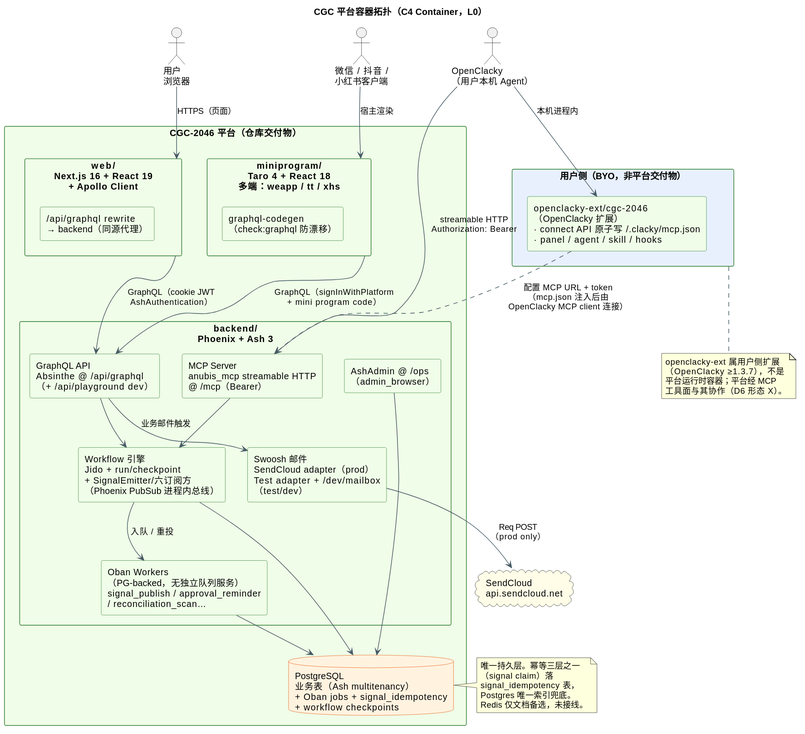
Above: docs/diagrams/container-topology.svg in CodingGirlsClub/cgc_2046 (PlantUML), before the change.
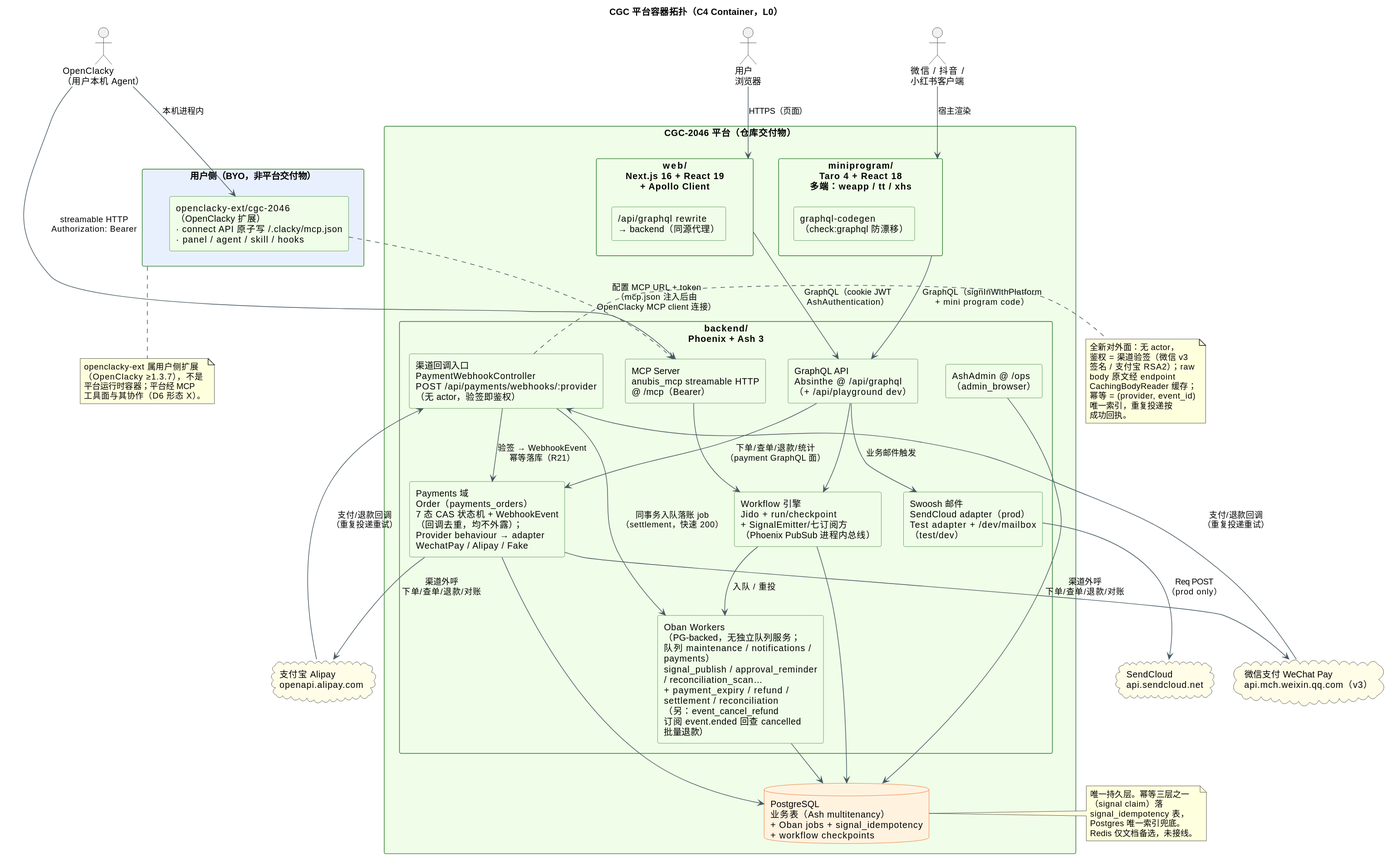
After the change.

What changed in the source:
```diff
@@ -36,8 +36,10 @@
         rectangle "GraphQL API\nAbsinthe @ /api/graphql\n（+ /api/playground dev）" as GQL
         rectangle "MCP Server\nanubis_mcp streamable HTTP\n@ /mcp（Bearer）" as MCP
         rectangle "AshAdmin @ /ops\n（admin_browser）" as OPS
-        rectangle "Workflow 引擎\nJido + run/checkpoint\n+ SignalEmitter/六订阅方\n（Phoenix PubSub 进程内总线）" as ENGINE
-        rectangle "Oban Workers\n（PG-backed，无独立队列服务）\nsignal_publish / approval_reminder\n/ reconciliation_scan…" as OBR
+        rectangle "渠道回调入口\nPaymentWebhookController\nPOST /api/payments/webhooks/:provider\n（无 actor，验签即鉴权）" as WBHK
+        rectangle "Workflow 引擎\nJido + run/checkpoint\n+ SignalEmitter/七订阅方\n（Phoenix PubSub 进程内总线）" as ENGINE
+        rectangle "Payments 域\nOrder（payments_orders）\n7 态 CAS 状态机 + WebhookEvent\n（回调去重，均不外露）；\nProvider behaviour → adapter\nWechatPay / Alipay / Fake" as PAY
+        rectangle "Oban Workers\n（PG-backed，无独立队列服务；\n队列 maintenance / notifications /\npayments）\nsignal_publish / approval_reminder\n/ reconciliation_scan…\n+ payment_expiry / refund /\nsettlement / reconciliation\n（另：event_cancel_refund\n订阅 event.ended 回查 cancelled\n批量退款）" as OBR
         rectangle "Swoosh 邮件\nSendCloud adapter（prod）\nTest adapter + /dev/mailbox\n（test/dev）" as MAIL
     }
 
@@ -45,6 +47,9 @@
 }
 
 cloud "SendCloud\napi.sendcloud.net" as SENDCLOUD #FFFDE7
+
+cloud "微信支付 WeChat Pay\napi.mch.weixin.qq.com（v3）" as WECHATPAY #FFFDE7
+cloud "支付宝 Alipay\nopenapi.alipay.com" as ALIPAY #FFFDE7
 
 Browser --> WEB : HTTPS（页面）
 MP --> MINI : 宿主渲染
@@ -62,12 +67,32 @@
 MAIL --> SENDCLOUD : Req POST\n（prod only）
 GQL --> MAIL : 业务邮件触发
 
+GQL --> PAY : 下单/查单/退款/统计\n（payment GraphQL 面）
+PAY --> PG
+WBHK --> PAY : 验签 → WebhookEvent\n幂等落库（R21）
+WBHK --> OBR : 同事务入队落账 job\n（settlement，快速 200）
+PAY --> WECHATPAY : 渠道外呼\n下单/查单/退款/对账
+PAY --> ALIPAY : 渠道外呼\n下单/查单/退款/对账
+WECHATPAY --> WBHK : 支付/退款回调\n（重复投递重试）
+ALIPAY --> WBHK : 支付/退款回调\n（重复投递重试）
+
 note right of PG
   唯一持久层。幂等三层之一
   （signal claim）落
   signal_idempotency 表，
   Postgres 唯一索引兜底。
   Redis 仅文档备选，未接线。
+end note
+
+note right of WBHK
+  全新对外面：无 actor，
+  鉴权 = 渠道验签（微信 v3
+  签名 / 支付宝 RSA2）；raw
+  body 原文经 endpoint
+  CachingBodyReader 缓存；
+  幂等 = (provider, event_id)
+  唯一索引，重复投递按
+  成功回执。
 end note
 
 note bottom of USERSIDE
```
